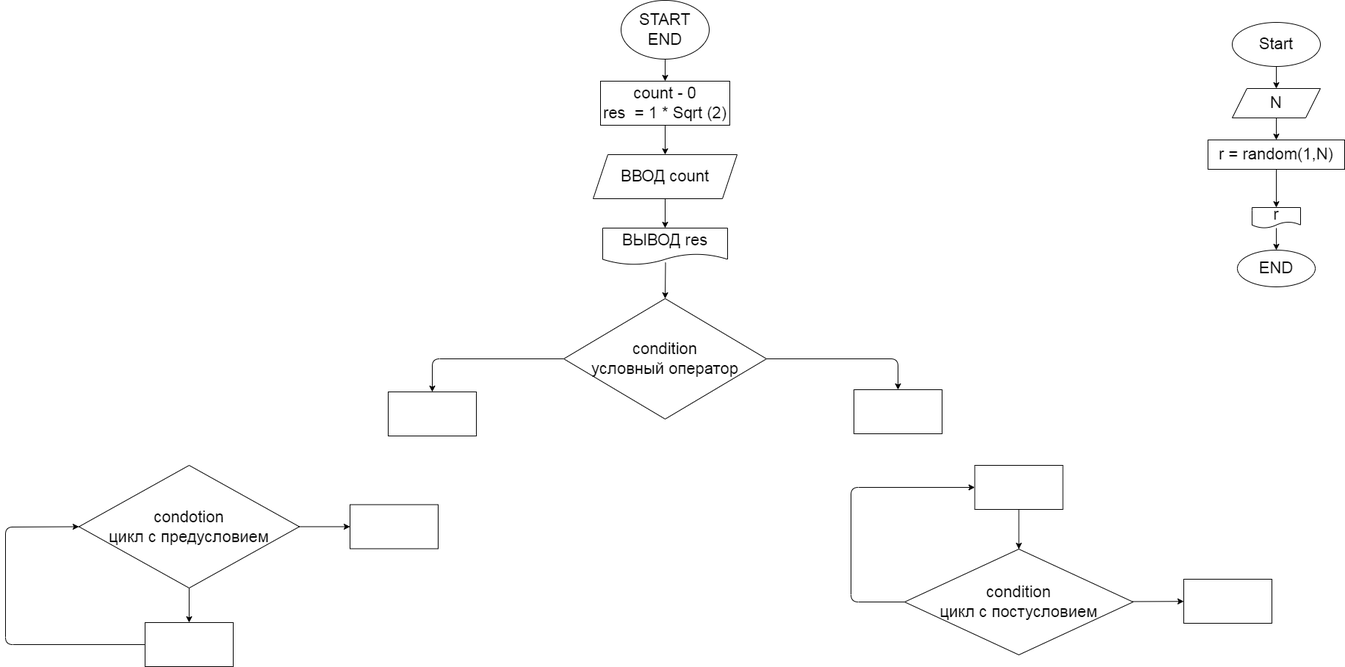
Earlier version of the draw.io export ex00.drawio.png (SerPozniakevich/practice_temp). Source tidied: cells renumbered, new cells last; positions are measured from the earlier drawing's top-left corner, leaving out a move shared by most shapes.
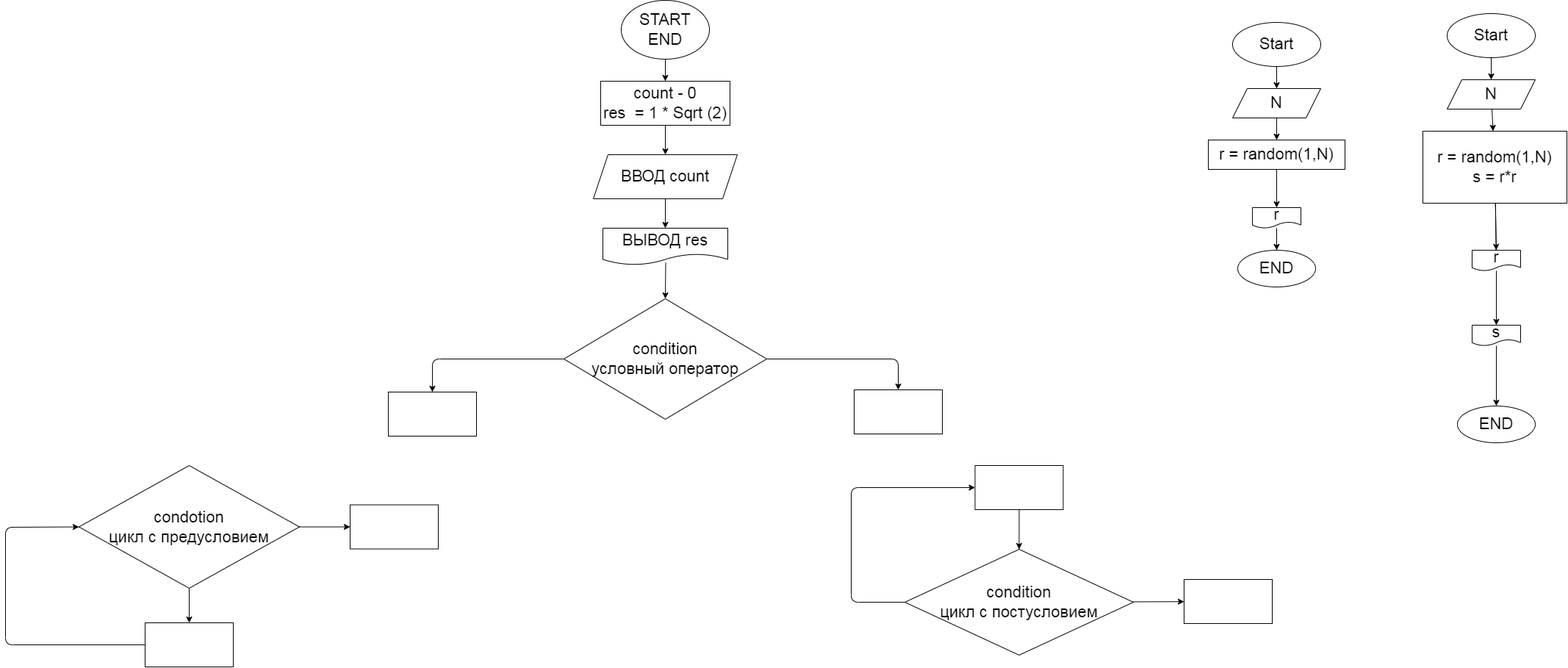
Above is the later version.

Commit message:
square namber

Change to the diagram source:
```diff
@@ -122,5 +122,41 @@
     <mxCell id="35" value="END" style="ellipse;whiteSpace=wrap;html=1;fontSize=22;" parent="1" vertex="1">
       <mxGeometry x="1677" y="340" width="106" height="50" as="geometry" />
     </mxCell>
+    <mxCell id="36" style="edgeStyle=none;html=1;fontSize=22;" parent="1" edge="1" source="37" target="39">
+      <mxGeometry relative="1" as="geometry" />
+    </mxCell>
+    <mxCell id="37" value="Start" style="ellipse;whiteSpace=wrap;html=1;fontSize=22;" parent="1" vertex="1">
+      <mxGeometry x="1962" y="18" width="120" height="60" as="geometry" />
+    </mxCell>
+    <mxCell id="38" style="edgeStyle=none;html=1;fontSize=22;" parent="1" edge="1" source="39" target="41">
+      <mxGeometry relative="1" as="geometry" />
+    </mxCell>
+    <mxCell id="39" value="N" style="shape=parallelogram;perimeter=parallelogramPerimeter;whiteSpace=wrap;html=1;fixedSize=1;fontSize=22;" parent="1" vertex="1">
+      <mxGeometry x="1962" y="108" width="120" height="40" as="geometry" />
+    </mxCell>
+    <mxCell id="40" style="edgeStyle=none;html=1;fontSize=22;" parent="1" edge="1" source="41" target="44">
+      <mxGeometry relative="1" as="geometry" />
+    </mxCell>
+    <mxCell id="41" value="r = random(1,N)&lt;br&gt;s = r*r" style="whiteSpace=wrap;html=1;fontSize=22;" parent="1" vertex="1">
+      <mxGeometry x="1929" y="178" width="196" height="98" as="geometry" />
+    </mxCell>
+    <mxCell id="42" value="END" style="ellipse;whiteSpace=wrap;html=1;fontSize=22;" parent="1" vertex="1">
+      <mxGeometry x="1976" y="552" width="106" height="50" as="geometry" />
+    </mxCell>
+    <mxCell id="43" style="edgeStyle=none;html=1;" parent="1" edge="1" source="44" target="47">
+      <mxGeometry relative="1" as="geometry" />
+    </mxCell>
+    <mxCell id="44" value="r" style="shape=document;whiteSpace=wrap;html=1;boundedLbl=1;fontSize=22;" parent="1" vertex="1">
+      <mxGeometry x="1996" y="340" width="66" height="28" as="geometry" />
+    </mxCell>
+    <mxCell id="45" style="edgeStyle=none;html=1;endArrow=none;" parent="1" edge="1" source="41" target="44">
+      <mxGeometry relative="1" as="geometry" />
+    </mxCell>
+    <mxCell id="46" style="edgeStyle=none;html=1;" parent="1" edge="1" source="47" target="42">
+      <mxGeometry relative="1" as="geometry" />
+    </mxCell>
+    <mxCell id="47" value="s" style="shape=document;whiteSpace=wrap;html=1;boundedLbl=1;fontSize=22;" parent="1" vertex="1">
+      <mxGeometry x="1996" y="442" width="66" height="28" as="geometry" />
+    </mxCell>
   </root>
 </mxGraphModel>
```
